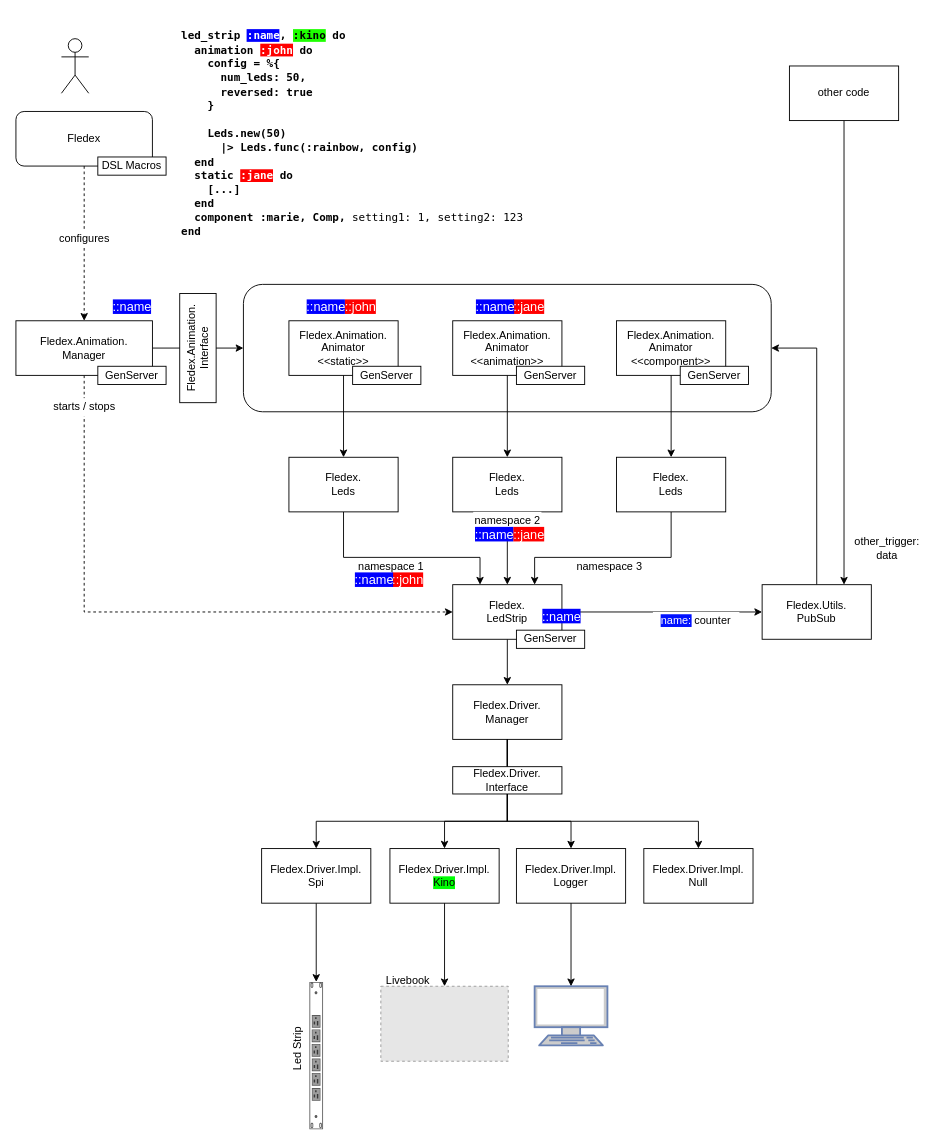
The draw.io diagram docs/architecture.drawio in a-maze-d/fledex, before the edit. Source tidied: cells renumbered, new cells numbered last; positions are measured from the earlier drawing's top-left corner, leaving out a move shared by most shapes. Both pictures are drawn from the tidied source at 91%, with x=0, y=0 at pixel (15, 38). Pictures stored in the file or linked from it are replaced by grey dashed boxes.
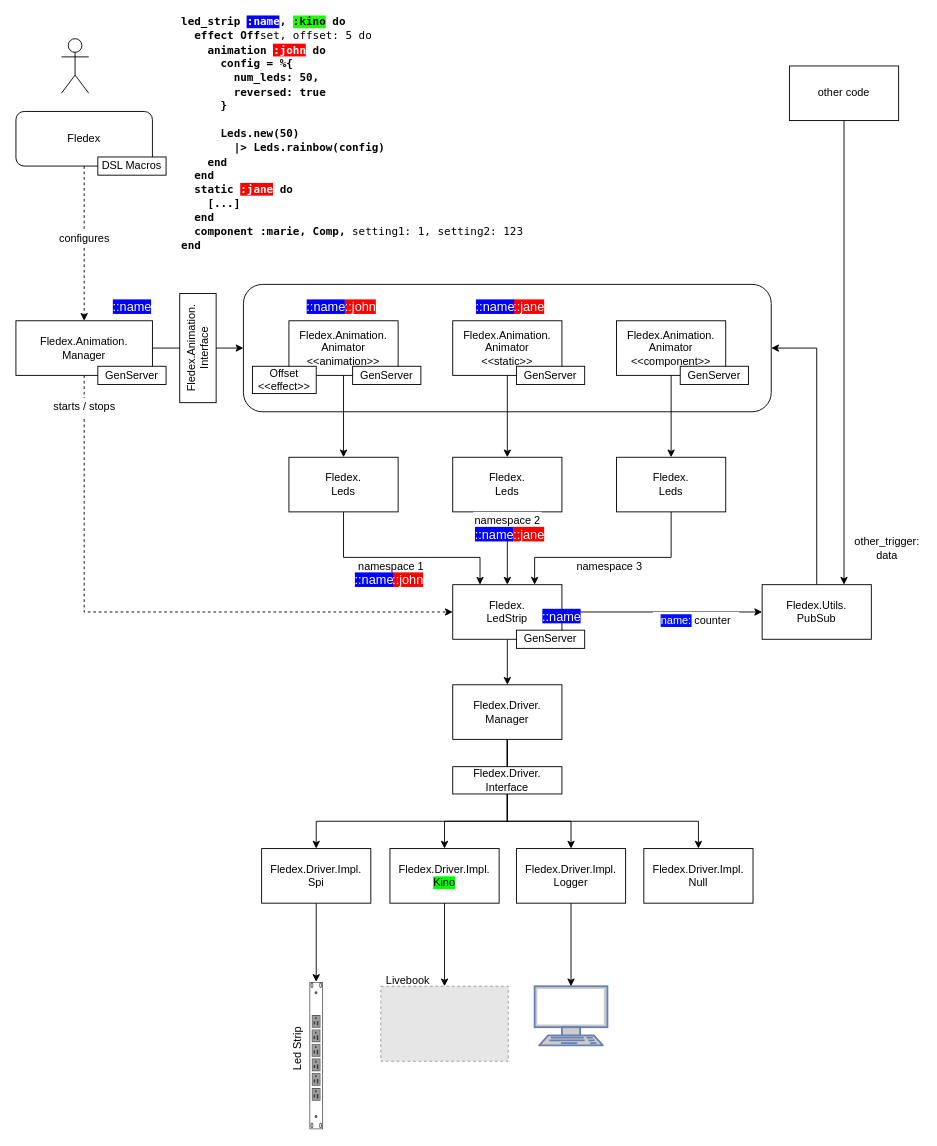
The same page after the edit.

Unchanged cells that the change refers to:
```xml
<mxCell id="35" style="group;" parent="1" vertex="1">
  <mxGeometry x="300" y="310" width="255" height="190" as="geometry" />
</mxCell>
<mxCell id="39" style="group;" parent="1" vertex="1">
  <mxGeometry x="480" y="310" width="145" height="70" as="geometry" />
</mxCell>
```

The edit, as a diff of the source:
```diff
@@
-    <mxCell id="36" value="Fledex.Animation.&lt;br&gt;Animator&lt;br&gt;&amp;lt;&amp;lt;static&amp;gt;&amp;gt;" style="rounded=0;whiteSpace=wrap;html=1;labelBackgroundColor=none;fontColor=#000000;" parent="35" vertex="1">
+    <mxCell id="36" value="Fledex.Animation.&lt;br&gt;Animator&lt;br&gt;&amp;lt;&amp;lt;animation&amp;gt;&amp;gt;" style="rounded=0;whiteSpace=wrap;html=1;labelBackgroundColor=none;fontColor=#000000;" parent="35" vertex="1">
       <mxGeometry width="120" height="60" as="geometry" />
     </mxCell>
@@
-    <mxCell id="40" value="Fledex.Animation.&lt;br&gt;Animator&lt;br&gt;&amp;lt;&amp;lt;animation&amp;gt;&amp;gt;" style="rounded=0;whiteSpace=wrap;html=1;labelBackgroundColor=none;fontColor=#000000;" parent="39" vertex="1">
+    <mxCell id="40" value="Fledex.Animation.&lt;br&gt;Animator&lt;br&gt;&amp;lt;&amp;lt;static&lt;span style=&quot;background-color: initial;&quot;&gt;&amp;gt;&amp;gt;&lt;/span&gt;" style="rounded=0;whiteSpace=wrap;html=1;labelBackgroundColor=none;fontColor=#000000;" parent="39" vertex="1">
       <mxGeometry width="120" height="60" as="geometry" />
     </mxCell>
@@
-    <mxCell id="54" value="&lt;div style=&quot;font-family: JetBrains, &amp;quot;Droid Sans Mono&amp;quot;, &amp;quot;monospace&amp;quot;, monospace, &amp;quot;Droid Sans Mono&amp;quot;, &amp;quot;monospace&amp;quot;, monospace; line-height: 128%;&quot;&gt;&lt;div style=&quot;line-height: 128%;&quot;&gt;&lt;b&gt;led_strip &lt;span style=&quot;background-color: rgb(0, 0, 255);&quot;&gt;&lt;font style=&quot;font-size: 12px;&quot; color=&quot;#ffffff&quot;&gt;:name&lt;/font&gt;&lt;/span&gt;, &lt;span style=&quot;background-color: rgb(30, 255, 0);&quot;&gt;:kino&lt;/span&gt; do&lt;/b&gt;&lt;/div&gt;&lt;div style=&quot;line-height: 128%;&quot;&gt;&lt;b&gt;&amp;nbsp; animation&amp;nbsp;&lt;span style=&quot;background-color: rgb(255, 0, 0);&quot;&gt;&lt;font style=&quot;font-size: 12px;&quot; color=&quot;#ffffff&quot;&gt;:john&lt;/font&gt;&lt;/span&gt;&amp;nbsp;do&lt;/b&gt;&lt;/div&gt;&lt;div style=&quot;line-height: 128%;&quot;&gt;&lt;b&gt;&amp;nbsp; &amp;nbsp; config = %{&lt;/b&gt;&lt;/div&gt;&lt;div style=&quot;line-height: 128%;&quot;&gt;&lt;b&gt;&amp;nbsp; &amp;nbsp; &amp;nbsp; num_leds: 50,&lt;/b&gt;&lt;/div&gt;&lt;div style=&quot;line-height: 128%;&quot;&gt;&lt;b&gt;&amp;nbsp; &amp;nbsp; &amp;nbsp; reversed: true&lt;/b&gt;&lt;/div&gt;&lt;div style=&quot;line-height: 128%;&quot;&gt;&lt;b&gt;&amp;nbsp; &amp;nbsp; }&lt;/b&gt;&lt;/div&gt;&lt;b&gt;&lt;br&gt;&lt;/b&gt;&lt;div style=&quot;line-height: 128%;&quot;&gt;&lt;b&gt;&amp;nbsp; &amp;nbsp; Leds.new(50)&lt;/b&gt;&lt;/div&gt;&lt;div style=&quot;line-height: 128%;&quot;&gt;&lt;b&gt;&amp;nbsp; &amp;nbsp; &amp;nbsp; |&amp;gt; Leds.func(:rainbow, config)&lt;/b&gt;&lt;/div&gt;&lt;div style=&quot;line-height: 128%;&quot;&gt;&lt;b&gt;&amp;nbsp; end&lt;/b&gt;&lt;/div&gt;&lt;div style=&quot;line-height: 128%;&quot;&gt;&amp;nbsp; &lt;b&gt;static&amp;nbsp;&lt;font style=&quot;background-color: rgb(255, 0, 0); font-size: 12px;&quot; color=&quot;#ffffff&quot;&gt;:jane&lt;/font&gt; do&lt;/b&gt;&lt;/div&gt;&lt;div style=&quot;line-height: 128%;&quot;&gt;&lt;b&gt;&amp;nbsp; &amp;nbsp; [...]&lt;/b&gt;&lt;/div&gt;&lt;div style=&quot;line-height: 128%;&quot;&gt;&lt;b&gt;&amp;nbsp; end&lt;/b&gt;&lt;/div&gt;&lt;div style=&quot;line-height: 128%;&quot;&gt;&lt;b&gt;&amp;nbsp; component :marie, Comp,&amp;nbsp;&lt;/b&gt;setting1: 1,&amp;nbsp;setting2: 123&lt;/div&gt;&lt;div style=&quot;line-height: 128%;&quot;&gt;&lt;b&gt;      end&lt;/b&gt;&lt;/div&gt;&lt;/div&gt;" style="text;html=1;strokeColor=none;fillColor=none;align=left;verticalAlign=middle;whiteSpace=wrap;rounded=0;fontColor=#000000;labelBackgroundColor=default;" parent="1" vertex="1">
+    <mxCell id="54" value="&lt;div style=&quot;font-family: JetBrains, &amp;quot;Droid Sans Mono&amp;quot;, &amp;quot;monospace&amp;quot;, monospace, &amp;quot;Droid Sans Mono&amp;quot;, &amp;quot;monospace&amp;quot;, monospace; line-height: 128%;&quot;&gt;&lt;div style=&quot;line-height: 128%;&quot;&gt;&lt;b&gt;led_strip &lt;span style=&quot;background-color: rgb(0, 0, 255);&quot;&gt;&lt;font style=&quot;font-size: 12px;&quot; color=&quot;#ffffff&quot;&gt;:name&lt;/font&gt;&lt;/span&gt;, &lt;span style=&quot;background-color: rgb(30, 255, 0);&quot;&gt;:kino&lt;/span&gt; do&lt;/b&gt;&lt;/div&gt;&lt;div style=&quot;line-height: 128%;&quot;&gt;&lt;b&gt;&amp;nbsp; effect Off&lt;/b&gt;set, offset: 5 do&lt;/div&gt;&lt;div style=&quot;line-height: 128%;&quot;&gt;&lt;b&gt;&amp;nbsp; &amp;nbsp; animation&amp;nbsp;&lt;span style=&quot;background-color: rgb(255, 0, 0);&quot;&gt;&lt;font color=&quot;#ffffff&quot;&gt;:john&lt;/font&gt;&lt;/span&gt;&amp;nbsp;do&lt;/b&gt;&lt;/div&gt;&lt;div style=&quot;line-height: 128%;&quot;&gt;&lt;b&gt;&amp;nbsp; &amp;nbsp; &amp;nbsp; config = %{&lt;/b&gt;&lt;/div&gt;&lt;div style=&quot;line-height: 128%;&quot;&gt;&lt;b&gt;&amp;nbsp; &amp;nbsp; &amp;nbsp; &amp;nbsp; num_leds: 50,&lt;/b&gt;&lt;/div&gt;&lt;div style=&quot;line-height: 128%;&quot;&gt;&lt;b&gt;&amp;nbsp; &amp;nbsp; &amp;nbsp; &amp;nbsp; reversed: true&lt;/b&gt;&lt;/div&gt;&lt;div style=&quot;line-height: 128%;&quot;&gt;&lt;b&gt;&amp;nbsp; &amp;nbsp; &amp;nbsp; }&lt;/b&gt;&lt;/div&gt;&lt;b&gt;&lt;br&gt;&lt;/b&gt;&lt;div style=&quot;line-height: 128%;&quot;&gt;&lt;b&gt;&amp;nbsp; &amp;nbsp; &amp;nbsp; Leds.new(50)&lt;/b&gt;&lt;/div&gt;&lt;div style=&quot;line-height: 128%;&quot;&gt;&lt;b&gt;&amp;nbsp; &amp;nbsp; &amp;nbsp; &amp;nbsp; |&amp;gt; Leds.rainbow(config)&lt;/b&gt;&lt;/div&gt;&lt;div style=&quot;line-height: 128%;&quot;&gt;&lt;b&gt;&amp;nbsp; &amp;nbsp; end&lt;/b&gt;&lt;/div&gt;&lt;div style=&quot;line-height: 128%;&quot;&gt;&lt;b&gt;&amp;nbsp; end&lt;/b&gt;&lt;/div&gt;&lt;div style=&quot;line-height: 128%;&quot;&gt;&amp;nbsp; &lt;b&gt;static&amp;nbsp;&lt;font style=&quot;background-color: rgb(255, 0, 0); font-size: 12px;&quot; color=&quot;#ffffff&quot;&gt;:jane&lt;/font&gt; do&lt;/b&gt;&lt;/div&gt;&lt;div style=&quot;line-height: 128%;&quot;&gt;&lt;b&gt;&amp;nbsp; &amp;nbsp; [...]&lt;/b&gt;&lt;/div&gt;&lt;div style=&quot;line-height: 128%;&quot;&gt;&lt;b&gt;&amp;nbsp; end&lt;/b&gt;&lt;/div&gt;&lt;div style=&quot;line-height: 128%;&quot;&gt;&lt;b&gt;&amp;nbsp; component :marie, Comp,&amp;nbsp;&lt;/b&gt;setting1: 1,&amp;nbsp;setting2: 123&lt;/div&gt;&lt;div style=&quot;line-height: 128%;&quot;&gt;&lt;b&gt;      end&lt;/b&gt;&lt;/div&gt;&lt;/div&gt;" style="text;html=1;strokeColor=none;fillColor=none;align=left;verticalAlign=middle;whiteSpace=wrap;rounded=0;fontColor=#000000;labelBackgroundColor=default;" parent="1" vertex="1">
       <mxGeometry x="180" width="530" height="210" as="geometry" />
     </mxCell>
@@
+    <mxCell id="76" value="Offset&lt;br&gt;&amp;lt;&amp;lt;effect&amp;gt;&amp;gt;" style="rounded=0;whiteSpace=wrap;html=1;" parent="1" vertex="1">
+      <mxGeometry x="260" y="360" width="70" height="30" as="geometry" />
+    </mxCell>
```
